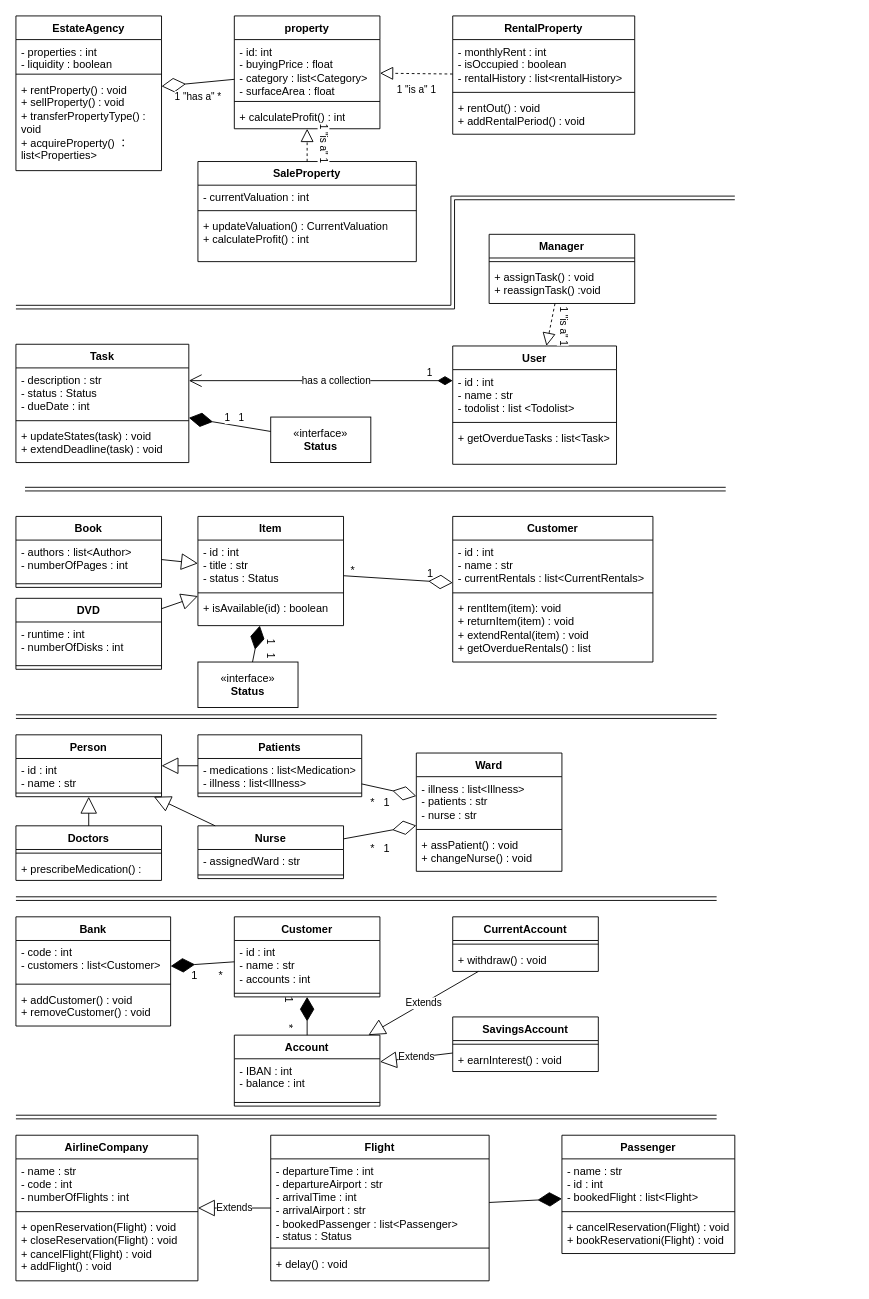
Earlier version of the draw.io diagram CPT304_E_UML.drawio (JiPingCui/hello-world). Source tidied: cells renumbered, new cells numbered last; positions are measured from the earlier drawing's top-left corner, leaving out a move shared by most shapes. Both pictures are drawn from the tidied source at 91%, with x=0, y=0 at pixel (15, 15).
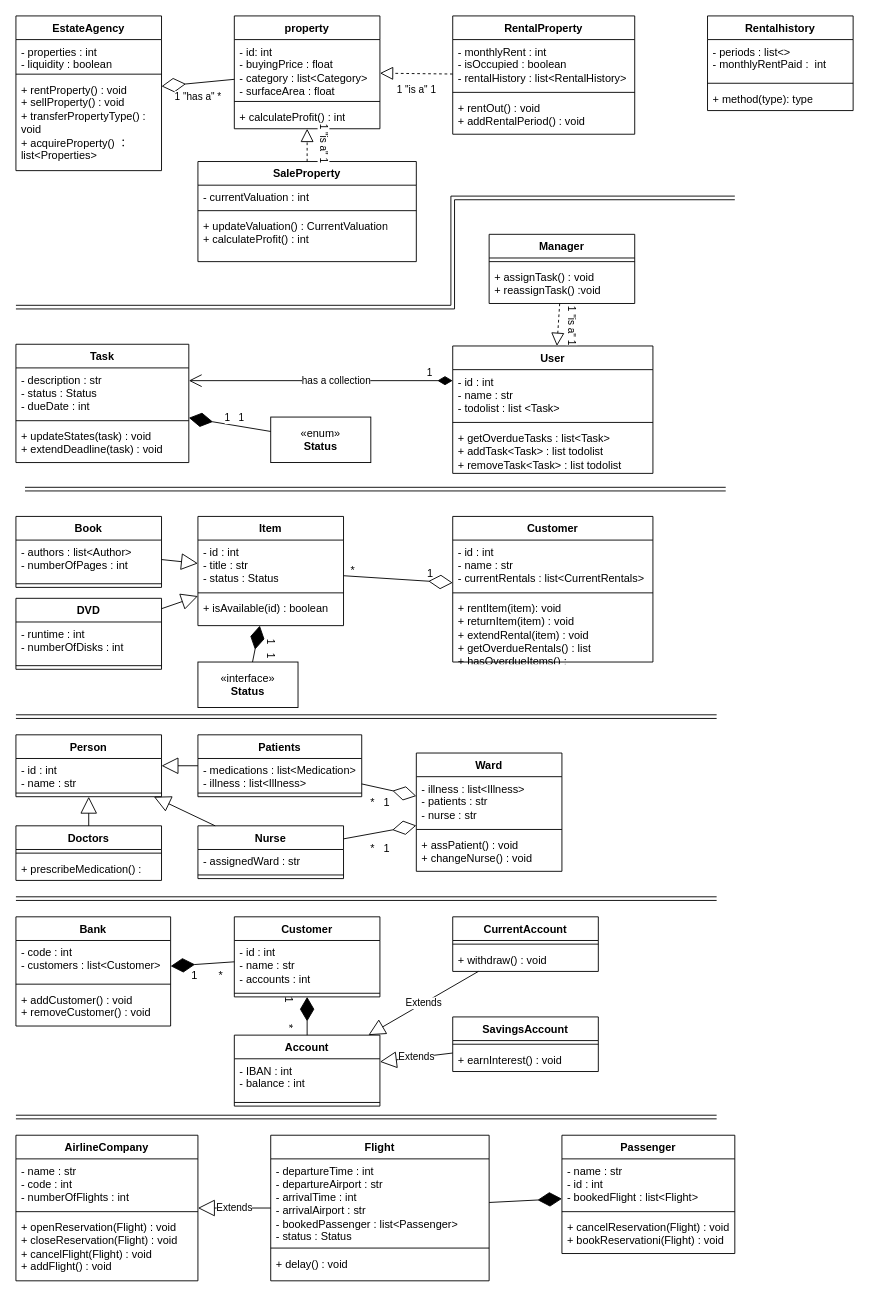
Above is the later version.

The change refers to these unchanged cells:
```xml
<mxCell id="6" value="RentalProperty" style="swimlane;fontStyle=1;align=center;verticalAlign=top;horizontal=1;startSize=26;whiteSpace=wrap;html=1;" parent="1" vertex="1">
  <mxGeometry x="480" width="200" height="130" as="geometry" />
</mxCell>
<mxCell id="49" value="Customer" style="swimlane;fontStyle=1;align=center;verticalAlign=top;horizontal=1;startSize=26;whiteSpace=wrap;html=1;" parent="1" vertex="1">
  <mxGeometry x="480" y="550" width="220" height="160" as="geometry" />
</mxCell>
```

Change to the diagram source:
```diff
@@
-    <mxCell id="7" value="- monthlyRent : int&lt;div&gt;- isOccupied : boolean&lt;/div&gt;&lt;div&gt;- rentalHistory : list&amp;lt;rentalHistory&amp;gt;&lt;/div&gt;" style="text;strokeColor=none;fillColor=none;align=left;verticalAlign=top;spacingLeft=4;spacingRight=4;overflow=hidden;whiteSpace=wrap;html=1;" parent="6" vertex="1">
+    <mxCell id="7" value="- monthlyRent : int&lt;div&gt;- isOccupied : boolean&lt;/div&gt;&lt;div&gt;- rentalHistory : list&amp;lt;RentalHistory&amp;gt;&lt;/div&gt;" style="text;strokeColor=none;fillColor=none;align=left;verticalAlign=top;spacingLeft=4;spacingRight=4;overflow=hidden;whiteSpace=wrap;html=1;" parent="6" vertex="1">
       <mxGeometry y="26" width="200" height="54" as="geometry" />
     </mxCell>
@@
     <mxCell id="24" value="User" style="swimlane;fontStyle=1;align=center;verticalAlign=top;horizontal=1;startSize=26;whiteSpace=wrap;html=1;" parent="1" vertex="1">
-      <mxGeometry x="480" y="362.7" width="180" height="130" as="geometry" />
+      <mxGeometry x="480" y="362.7" width="220" height="140" as="geometry" />
     </mxCell>
-    <mxCell id="25" value="- id : int&lt;div&gt;- name : str&lt;/div&gt;&lt;div&gt;- todolist : list &amp;lt;Todolist&amp;gt;&lt;/div&gt;" style="text;strokeColor=none;fillColor=none;align=left;verticalAlign=top;spacingLeft=4;spacingRight=4;overflow=hidden;whiteSpace=wrap;html=1;" parent="24" vertex="1">
-      <mxGeometry y="26" width="180" height="54" as="geometry" />
+    <mxCell id="25" value="- id : int&lt;div&gt;- name : str&lt;/div&gt;&lt;div&gt;- todolist : list &amp;lt;Task&amp;gt;&lt;/div&gt;" style="text;strokeColor=none;fillColor=none;align=left;verticalAlign=top;spacingLeft=4;spacingRight=4;overflow=hidden;whiteSpace=wrap;html=1;" parent="24" vertex="1">
+      <mxGeometry y="26" width="220" height="54" as="geometry" />
     </mxCell>
     <mxCell id="26" style="line;strokeWidth=1;fillColor=none;align=left;verticalAlign=middle;spacingTop=-1;spacingLeft=3;spacingRight=3;labelPosition=right;strokeColor=inherit;" parent="24" vertex="1">
-      <mxGeometry y="80" width="180" height="8" as="geometry" />
+      <mxGeometry y="80" width="220" height="8" as="geometry" />
     </mxCell>
-    <mxCell id="27" value="+ getOverdueTasks : list&amp;lt;Task&amp;gt;" style="text;strokeColor=none;fillColor=none;align=left;verticalAlign=top;spacingLeft=4;spacingRight=4;overflow=hidden;whiteSpace=wrap;html=1;" parent="24" vertex="1">
-      <mxGeometry y="88" width="180" height="42" as="geometry" />
+    <mxCell id="27" value="+ getOverdueTasks : list&amp;lt;Task&amp;gt;&lt;div&gt;+ addTask&amp;lt;Task&amp;gt; : list todolist&lt;/div&gt;&lt;div&gt;+ removeTask&amp;lt;Task&amp;gt; : list todolist&lt;/div&gt;" style="text;strokeColor=none;fillColor=none;align=left;verticalAlign=top;spacingLeft=4;spacingRight=4;overflow=hidden;whiteSpace=wrap;html=1;" parent="24" vertex="1">
+      <mxGeometry y="88" width="220" height="52" as="geometry" />
     </mxCell>
@@
-    <mxCell id="52" value="+ rentItem(item): void&lt;div&gt;+ returnItem(&lt;span style=&quot;background-color: initial;&quot;&gt;item&lt;/span&gt;&lt;span style=&quot;background-color: initial;&quot;&gt;) : void&lt;/span&gt;&lt;/div&gt;&lt;div&gt;+ extendRental(item) : void&lt;/div&gt;&lt;div&gt;+ getOverdueRentals() : list&lt;/div&gt;" style="text;strokeColor=none;fillColor=none;align=left;verticalAlign=top;spacingLeft=4;spacingRight=4;overflow=hidden;whiteSpace=wrap;html=1;" parent="49" vertex="1">
+    <mxCell id="52" value="+ rentItem(item): void&lt;div&gt;+ returnItem(&lt;span style=&quot;background-color: initial;&quot;&gt;item&lt;/span&gt;&lt;span style=&quot;background-color: initial;&quot;&gt;) : void&lt;/span&gt;&lt;/div&gt;&lt;div&gt;+ extendRental(item) : void&lt;/div&gt;&lt;div&gt;+ getOverdueRentals() : list&lt;/div&gt;&lt;div&gt;+&amp;nbsp;hasOverdueItems() :&amp;nbsp;&lt;/div&gt;" style="text;strokeColor=none;fillColor=none;align=left;verticalAlign=top;spacingLeft=4;spacingRight=4;overflow=hidden;whiteSpace=wrap;html=1;" parent="49" vertex="1">
       <mxGeometry y="88" width="220" height="72" as="geometry" />
     </mxCell>
@@
-    <mxCell id="58" value="«interface»&lt;br&gt;&lt;b&gt;Status&lt;/b&gt;" style="html=1;whiteSpace=wrap;" parent="1" vertex="1">
+    <mxCell id="58" value="«enum»&lt;br&gt;&lt;b&gt;Status&lt;/b&gt;" style="html=1;whiteSpace=wrap;" parent="1" vertex="1">
       <mxGeometry x="280" y="440.8" width="110" height="50" as="geometry" />
     </mxCell>
@@
+    <mxCell id="128" value="Rentalhistory" style="swimlane;fontStyle=1;align=center;verticalAlign=top;horizontal=1;startSize=26;whiteSpace=wrap;html=1;" parent="1" vertex="1">
+      <mxGeometry x="760" width="160" height="104" as="geometry" />
+    </mxCell>
+    <mxCell id="129" value="- periods : list&amp;lt;&amp;gt;&lt;div&gt;- monthlyRentPaid :&amp;nbsp; int&lt;/div&gt;" style="text;strokeColor=none;fillColor=none;align=left;verticalAlign=top;spacingLeft=4;spacingRight=4;overflow=hidden;whiteSpace=wrap;html=1;" parent="128" vertex="1">
+      <mxGeometry y="26" width="160" height="44" as="geometry" />
+    </mxCell>
+    <mxCell id="130" style="line;strokeWidth=1;fillColor=none;align=left;verticalAlign=middle;spacingTop=-1;spacingLeft=3;spacingRight=3;labelPosition=right;strokeColor=inherit;" parent="128" vertex="1">
+      <mxGeometry y="70" width="160" height="8" as="geometry" />
+    </mxCell>
+    <mxCell id="131" value="+ method(type): type" style="text;strokeColor=none;fillColor=none;align=left;verticalAlign=top;spacingLeft=4;spacingRight=4;overflow=hidden;whiteSpace=wrap;html=1;" parent="128" vertex="1">
+      <mxGeometry y="78" width="160" height="26" as="geometry" />
+    </mxCell>
```
